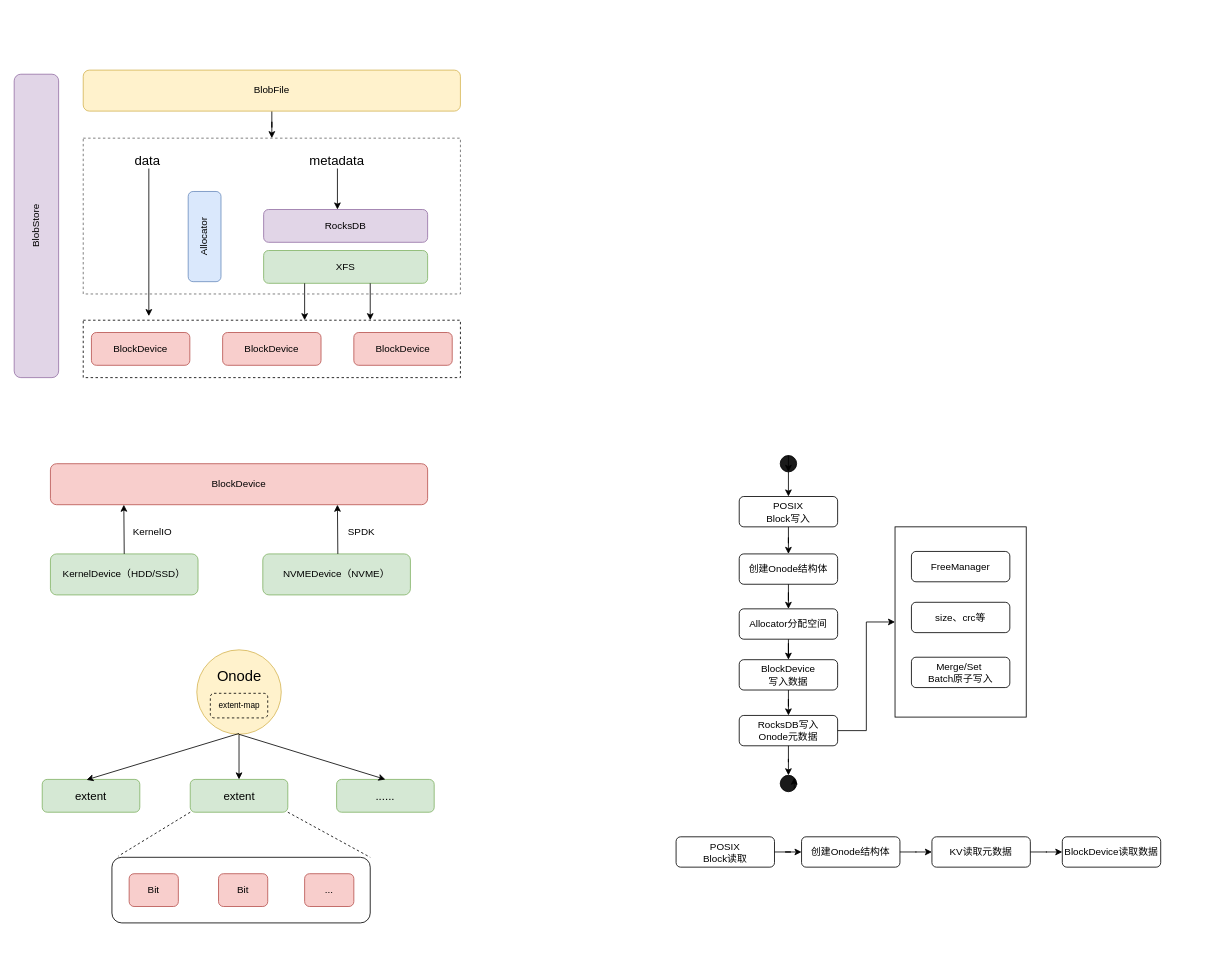
This is bs存储底座.drawio from shimingyah/diagrams, a draw.io file, before an edit. Source tidied: cells renumbered, new cells numbered last; positions are measured from the earlier drawing's top-left corner, leaving out a move shared by most shapes. Both pictures are drawn from the tidied source at 82%, with x=0, y=0 at pixel (-116, 70).
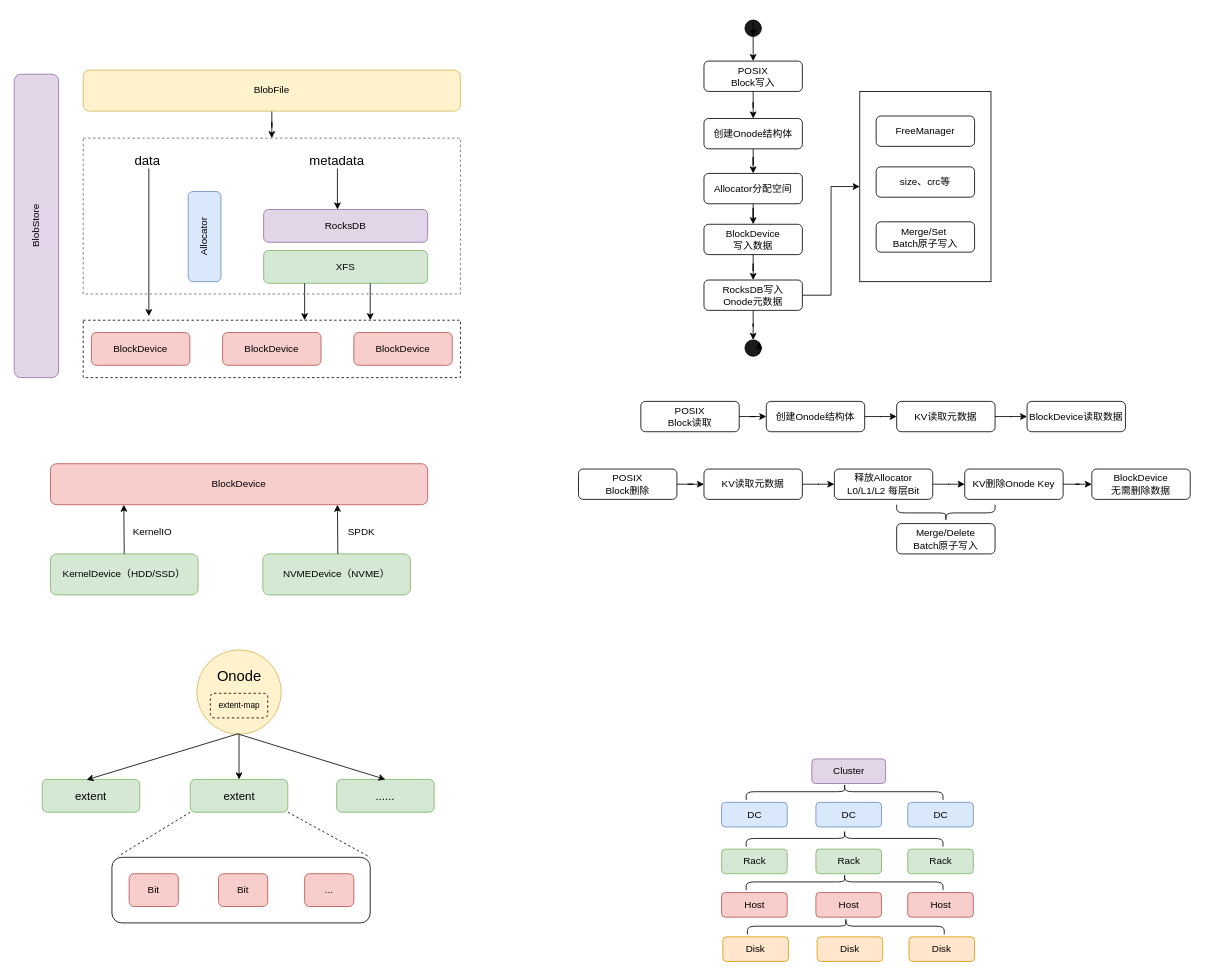
After the change.

Commit message:
更新bs存储底座.drawio

Diff of the diagram source:
```diff
@@
     <mxCell id="43" value="POSIX&lt;div&gt;Block写入&lt;/div&gt;" style="rounded=1;whiteSpace=wrap;html=1;fillColor=none;" parent="1" vertex="1">
-      <mxGeometry x="1042" y="520" width="120" height="37" as="geometry" />
+      <mxGeometry x="999" y="-11" width="120" height="37" as="geometry" />
     </mxCell>
@@
     <mxCell id="45" value="创建Onode结构体" style="rounded=1;whiteSpace=wrap;html=1;fillColor=none;" parent="1" vertex="1">
-      <mxGeometry x="1042" y="590" width="120" height="37" as="geometry" />
+      <mxGeometry x="999" y="59" width="120" height="37" as="geometry" />
     </mxCell>
@@
     <mxCell id="47" value="BlockDevice&lt;div&gt;写入数据&lt;/div&gt;" style="rounded=1;whiteSpace=wrap;html=1;fillColor=none;" parent="1" vertex="1">
-      <mxGeometry x="1042" y="719" width="120" height="37" as="geometry" />
+      <mxGeometry x="999" y="188" width="120" height="37" as="geometry" />
     </mxCell>
@@
     <mxCell id="50" value="RocksDB写入&lt;div&gt;Onode元数据&lt;/div&gt;" style="rounded=1;whiteSpace=wrap;html=1;fillColor=none;" parent="1" vertex="1">
-      <mxGeometry x="1042" y="787" width="120" height="37" as="geometry" />
+      <mxGeometry x="999" y="256" width="120" height="37" as="geometry" />
     </mxCell>
@@
     <mxCell id="52" value="Allocator分配空间" style="rounded=1;whiteSpace=wrap;html=1;fillColor=none;" parent="1" vertex="1">
-      <mxGeometry x="1042" y="657" width="120" height="37" as="geometry" />
+      <mxGeometry x="999" y="126" width="120" height="37" as="geometry" />
     </mxCell>
@@
     <mxCell id="54" style="ellipse;whiteSpace=wrap;html=1;fillColor=#1A1A1A;" parent="1" vertex="1">
-      <mxGeometry x="1092" y="470" width="20" height="20" as="geometry" />
+      <mxGeometry x="1049" y="-61" width="20" height="20" as="geometry" />
     </mxCell>
     <mxCell id="55" style="edgeStyle=orthogonalEdgeStyle;rounded=0;orthogonalLoop=1;jettySize=auto;html=1;exitX=0.5;exitY=0;exitDx=0;exitDy=0;entryX=0.5;entryY=1;entryDx=0;entryDy=0;" parent="1" edge="1" source="54" target="54">
       <mxGeometry relative="1" as="geometry">
         <Array as="points">
-          <mxPoint x="1102" y="490" />
-          <mxPoint x="1102" y="490" />
+          <mxPoint x="1059" y="-41" />
+          <mxPoint x="1059" y="-41" />
         </Array>
       </mxGeometry>
     </mxCell>
     <mxCell id="56" style="ellipse;whiteSpace=wrap;html=1;fillColor=#1A1A1A;" parent="1" vertex="1">
-      <mxGeometry x="1092" y="860" width="20" height="20" as="geometry" />
+      <mxGeometry x="1049" y="329" width="20" height="20" as="geometry" />
     </mxCell>
@@
     <mxCell id="58" value="FreeManager" style="rounded=1;whiteSpace=wrap;html=1;fillColor=none;" parent="1" vertex="1">
-      <mxGeometry x="1252" y="587" width="120" height="37" as="geometry" />
+      <mxGeometry x="1209" y="56" width="120" height="37" as="geometry" />
     </mxCell>
     <mxCell id="59" value="size、crc等" style="rounded=1;whiteSpace=wrap;html=1;fillColor=none;" parent="1" vertex="1">
-      <mxGeometry x="1252" y="649" width="120" height="37" as="geometry" />
+      <mxGeometry x="1209" y="118" width="120" height="37" as="geometry" />
     </mxCell>
     <mxCell id="60" value="Merge/Set&amp;nbsp;&lt;div&gt;Batch原子写入&lt;/div&gt;" style="rounded=1;whiteSpace=wrap;html=1;fillColor=none;" parent="1" vertex="1">
-      <mxGeometry x="1252" y="716" width="120" height="37" as="geometry" />
+      <mxGeometry x="1209" y="185" width="120" height="37" as="geometry" />
     </mxCell>
     <mxCell id="61" style="rounded=0;whiteSpace=wrap;html=1;fillColor=none;" parent="1" vertex="1">
-      <mxGeometry x="1232" y="557" width="160" height="232" as="geometry" />
+      <mxGeometry x="1189" y="26" width="160" height="232" as="geometry" />
     </mxCell>
@@
     <mxCell id="63" value="POSIX&lt;div&gt;Block读取&lt;/div&gt;" style="rounded=1;whiteSpace=wrap;html=1;fillColor=none;" parent="1" vertex="1">
-      <mxGeometry x="965" y="935" width="120" height="37" as="geometry" />
+      <mxGeometry x="922" y="404" width="120" height="37" as="geometry" />
     </mxCell>
@@
     <mxCell id="65" value="创建Onode结构体" style="rounded=1;whiteSpace=wrap;html=1;fillColor=none;" parent="1" vertex="1">
-      <mxGeometry x="1118" y="935" width="120" height="37" as="geometry" />
+      <mxGeometry x="1075" y="404" width="120" height="37" as="geometry" />
     </mxCell>
@@
     <mxCell id="67" value="KV读取元数据" style="rounded=1;whiteSpace=wrap;html=1;fillColor=none;" parent="1" vertex="1">
-      <mxGeometry x="1277" y="935" width="120" height="37" as="geometry" />
+      <mxGeometry x="1234" y="404" width="120" height="37" as="geometry" />
     </mxCell>
     <mxCell id="68" value="BlockDevice读取数据" style="rounded=1;whiteSpace=wrap;html=1;fillColor=none;" parent="1" vertex="1">
-      <mxGeometry x="1436" y="935" width="120" height="37" as="geometry" />
+      <mxGeometry x="1393" y="404" width="120" height="37" as="geometry" />
     </mxCell>
+    <mxCell id="69" value="Cluster" style="rounded=1;whiteSpace=wrap;html=1;fillColor=#e1d5e7;strokeColor=#9673a6;" parent="1" vertex="1">
+      <mxGeometry x="1130.5" y="840" width="90" height="30" as="geometry" />
+    </mxCell>
+    <mxCell id="70" value="DC" style="rounded=1;whiteSpace=wrap;html=1;fillColor=#dae8fc;strokeColor=#6c8ebf;" parent="1" vertex="1">
+      <mxGeometry x="1020.5" y="893" width="80" height="30" as="geometry" />
+    </mxCell>
+    <mxCell id="71" value="DC" style="rounded=1;whiteSpace=wrap;html=1;fillColor=#dae8fc;strokeColor=#6c8ebf;" parent="1" vertex="1">
+      <mxGeometry x="1135.5" y="893" width="80" height="30" as="geometry" />
+    </mxCell>
+    <mxCell id="72" value="DC" style="rounded=1;whiteSpace=wrap;html=1;fillColor=#dae8fc;strokeColor=#6c8ebf;" parent="1" vertex="1">
+      <mxGeometry x="1247.5" y="893" width="80" height="30" as="geometry" />
+    </mxCell>
+    <mxCell id="73" style="shape=curlyBracket;whiteSpace=wrap;html=1;rounded=1;labelPosition=left;verticalLabelPosition=middle;align=right;verticalAlign=middle;rotation=90;" parent="1" vertex="1">
+      <mxGeometry x="1160.5" y="760" width="20" height="240" as="geometry" />
+    </mxCell>
+    <mxCell id="74" value="Rack" style="rounded=1;whiteSpace=wrap;html=1;fillColor=#d5e8d4;strokeColor=#82b366;" parent="1" vertex="1">
+      <mxGeometry x="1020.5" y="950" width="80" height="30" as="geometry" />
+    </mxCell>
+    <mxCell id="75" value="Rack" style="rounded=1;whiteSpace=wrap;html=1;fillColor=#d5e8d4;strokeColor=#82b366;" parent="1" vertex="1">
+      <mxGeometry x="1135.5" y="950" width="80" height="30" as="geometry" />
+    </mxCell>
+    <mxCell id="76" value="Rack" style="rounded=1;whiteSpace=wrap;html=1;fillColor=#d5e8d4;strokeColor=#82b366;" parent="1" vertex="1">
+      <mxGeometry x="1247.5" y="950" width="80" height="30" as="geometry" />
+    </mxCell>
+    <mxCell id="77" style="shape=curlyBracket;whiteSpace=wrap;html=1;rounded=1;labelPosition=left;verticalLabelPosition=middle;align=right;verticalAlign=middle;rotation=90;" parent="1" vertex="1">
+      <mxGeometry x="1160.5" y="817" width="20" height="240" as="geometry" />
+    </mxCell>
+    <mxCell id="78" value="Host" style="rounded=1;whiteSpace=wrap;html=1;fillColor=#f8cecc;strokeColor=#b85450;" parent="1" vertex="1">
+      <mxGeometry x="1020.5" y="1003" width="80" height="30" as="geometry" />
+    </mxCell>
+    <mxCell id="79" value="Host" style="rounded=1;whiteSpace=wrap;html=1;fillColor=#f8cecc;strokeColor=#b85450;" parent="1" vertex="1">
+      <mxGeometry x="1135.5" y="1003" width="80" height="30" as="geometry" />
+    </mxCell>
+    <mxCell id="80" value="Host" style="rounded=1;whiteSpace=wrap;html=1;fillColor=#f8cecc;strokeColor=#b85450;" parent="1" vertex="1">
+      <mxGeometry x="1247.5" y="1003" width="80" height="30" as="geometry" />
+    </mxCell>
+    <mxCell id="81" style="shape=curlyBracket;whiteSpace=wrap;html=1;rounded=1;labelPosition=left;verticalLabelPosition=middle;align=right;verticalAlign=middle;rotation=90;" parent="1" vertex="1">
+      <mxGeometry x="1160.5" y="870" width="20" height="240" as="geometry" />
+    </mxCell>
+    <mxCell id="82" value="Disk" style="rounded=1;whiteSpace=wrap;html=1;fillColor=#ffe6cc;strokeColor=#d79b00;" parent="1" vertex="1">
+      <mxGeometry x="1022" y="1057" width="80" height="30" as="geometry" />
+    </mxCell>
+    <mxCell id="83" value="Disk" style="rounded=1;whiteSpace=wrap;html=1;fillColor=#ffe6cc;strokeColor=#d79b00;" parent="1" vertex="1">
+      <mxGeometry x="1137" y="1057" width="80" height="30" as="geometry" />
+    </mxCell>
+    <mxCell id="84" value="Disk" style="rounded=1;whiteSpace=wrap;html=1;fillColor=#ffe6cc;strokeColor=#d79b00;" parent="1" vertex="1">
+      <mxGeometry x="1249" y="1057" width="80" height="30" as="geometry" />
+    </mxCell>
+    <mxCell id="85" style="shape=curlyBracket;whiteSpace=wrap;html=1;rounded=1;labelPosition=left;verticalLabelPosition=middle;align=right;verticalAlign=middle;rotation=90;" parent="1" vertex="1">
+      <mxGeometry x="1162" y="924" width="20" height="240" as="geometry" />
+    </mxCell>
+    <mxCell id="86" style="edgeStyle=orthogonalEdgeStyle;rounded=0;jettySize=auto;html=1;" parent="1" edge="1" source="87" target="89">
+      <mxGeometry relative="1" as="geometry" />
+    </mxCell>
+    <mxCell id="87" value="POSIX&lt;div&gt;Block删除&lt;/div&gt;" style="rounded=1;whiteSpace=wrap;html=1;fillColor=none;" parent="1" vertex="1">
+      <mxGeometry x="846" y="486.5" width="120" height="37" as="geometry" />
+    </mxCell>
+    <mxCell id="88" style="edgeStyle=orthogonalEdgeStyle;rounded=0;jettySize=auto;html=1;" parent="1" edge="1" source="89" target="91">
+      <mxGeometry relative="1" as="geometry" />
+    </mxCell>
+    <mxCell id="89" value="KV读取元数据" style="rounded=1;whiteSpace=wrap;html=1;fillColor=none;" parent="1" vertex="1">
+      <mxGeometry x="999" y="486.5" width="120" height="37" as="geometry" />
+    </mxCell>
+    <mxCell id="90" style="edgeStyle=orthogonalEdgeStyle;rounded=0;jettySize=auto;html=1;" parent="1" edge="1" source="91" target="93">
+      <mxGeometry relative="1" as="geometry" />
+    </mxCell>
+    <mxCell id="91" value="释放Allocator&lt;div&gt;L0/L1/L2 每层Bit&lt;/div&gt;" style="rounded=1;whiteSpace=wrap;html=1;fillColor=none;" parent="1" vertex="1">
+      <mxGeometry x="1158" y="486.5" width="120" height="37" as="geometry" />
+    </mxCell>
+    <mxCell id="92" style="edgeStyle=orthogonalEdgeStyle;rounded=0;jettySize=auto;html=1;" parent="1" edge="1" source="93" target="94">
+      <mxGeometry relative="1" as="geometry" />
+    </mxCell>
+    <mxCell id="93" value="KV删除Onode Key" style="rounded=1;whiteSpace=wrap;html=1;fillColor=none;" parent="1" vertex="1">
+      <mxGeometry x="1317" y="486.5" width="120" height="37" as="geometry" />
+    </mxCell>
+    <mxCell id="94" value="BlockDevice&lt;div&gt;无需删除数据&lt;/div&gt;" style="rounded=1;whiteSpace=wrap;html=1;fillColor=none;" parent="1" vertex="1">
+      <mxGeometry x="1472" y="486.5" width="120" height="37" as="geometry" />
+    </mxCell>
+    <mxCell id="95" style="shape=curlyBracket;whiteSpace=wrap;html=1;rounded=1;flipH=1;labelPosition=right;verticalLabelPosition=middle;align=left;verticalAlign=middle;rotation=90;" parent="1" vertex="1">
+      <mxGeometry x="1284" y="480" width="20" height="120" as="geometry" />
+    </mxCell>
+    <mxCell id="96" value="Merge/Delete&lt;div&gt;Batch原子写入&lt;/div&gt;" style="rounded=1;whiteSpace=wrap;html=1;fillColor=none;" parent="1" vertex="1">
+      <mxGeometry x="1234" y="553" width="120" height="37" as="geometry" />
+    </mxCell>
```
